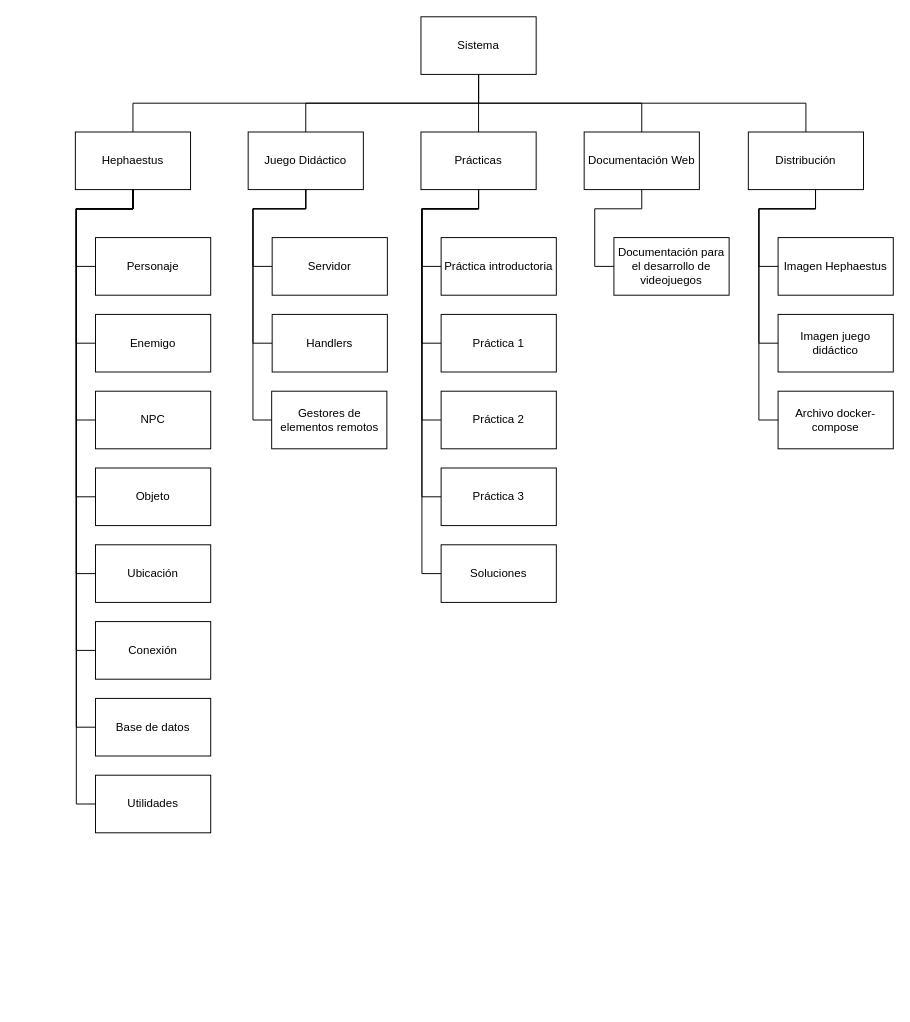
This is document/tex_files/mainmatter/chapter_2/images/pbs_diagram.drawio from ThAlsay/Hephaestus, a draw.io file, before an edit. Source tidied: cells renumbered, new cells numbered last; positions are measured from the earlier drawing's top-left corner, leaving out a move shared by most shapes. Both pictures are drawn from the tidied source at 96%, with x=0, y=0 at pixel (75, 16).
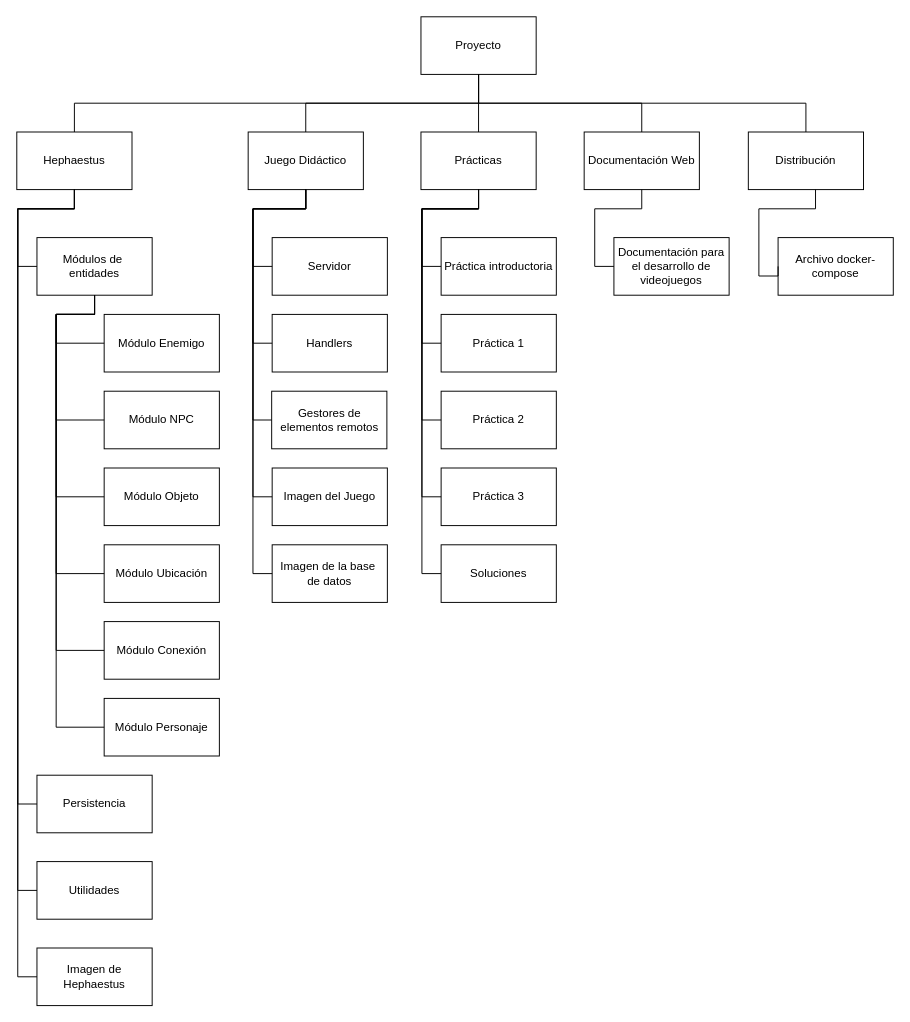
Above is the later version.

The change refers to these unchanged cells:
```xml
<mxCell id="20" value="Juego Didáctico" style="rounded=0;whiteSpace=wrap;html=1;fillColor=none;" parent="1" vertex="1">
  <mxGeometry x="180" y="120" width="120" height="60" as="geometry" />
</mxCell>
<mxCell id="49" value="Distribución" style="rounded=0;whiteSpace=wrap;html=1;fillColor=none;" parent="1" vertex="1">
  <mxGeometry x="701" y="120" width="120" height="60" as="geometry" />
</mxCell>
```

What changed in the source:
```diff
@@
-    <mxCell id="7" value="Sistema" style="rounded=0;whiteSpace=wrap;html=1;fillColor=none;" parent="1" vertex="1">
+    <mxCell id="7" value="Proyecto" style="rounded=0;whiteSpace=wrap;html=1;fillColor=none;" parent="1" vertex="1">
       <mxGeometry x="360" width="120" height="60" as="geometry" />
     </mxCell>
     <mxCell id="8" style="edgeStyle=orthogonalEdgeStyle;rounded=0;jettySize=auto;html=1;entryX=0;entryY=0.5;entryDx=0;entryDy=0;endArrow=none;endFill=0;" parent="1" edge="1" source="16" target="29">
       <mxGeometry relative="1" as="geometry">
         <Array as="points">
-          <mxPoint x="60" y="200" />
-          <mxPoint x="1" y="200" />
-          <mxPoint x="1" y="260" />
+          <mxPoint x="-1" y="200" />
+          <mxPoint x="-60" y="200" />
+          <mxPoint x="-60" y="260" />
         </Array>
       </mxGeometry>
     </mxCell>
-    <mxCell id="9" style="edgeStyle=orthogonalEdgeStyle;rounded=0;jettySize=auto;html=1;entryX=0;entryY=0.5;entryDx=0;entryDy=0;exitX=0.5;exitY=1;exitDx=0;exitDy=0;endArrow=none;endFill=0;" parent="1" edge="1" source="16" target="30">
+    <mxCell id="9" style="rounded=0;jettySize=auto;html=1;entryX=0;entryY=0.5;entryDx=0;entryDy=0;exitX=0.5;exitY=1;exitDx=0;exitDy=0;endArrow=none;endFill=0;edgeStyle=orthogonalEdgeStyle;" parent="1" edge="1" source="29" target="30">
       <mxGeometry relative="1" as="geometry">
         <Array as="points">
-          <mxPoint x="60" y="200" />
-          <mxPoint x="1" y="200" />
-          <mxPoint x="1" y="340" />
+          <mxPoint x="20" y="310" />
+          <mxPoint x="-20" y="310" />
+          <mxPoint x="-20" y="340" />
         </Array>
       </mxGeometry>
     </mxCell>
-    <mxCell id="10" style="edgeStyle=orthogonalEdgeStyle;rounded=0;jettySize=auto;html=1;entryX=0;entryY=0.5;entryDx=0;entryDy=0;endArrow=none;endFill=0;" parent="1" edge="1" source="16" target="31">
+    <mxCell id="10" style="rounded=0;jettySize=auto;html=1;entryX=0;entryY=0.5;entryDx=0;entryDy=0;endArrow=none;endFill=0;exitX=0.5;exitY=1;exitDx=0;exitDy=0;edgeStyle=orthogonalEdgeStyle;" parent="1" edge="1" source="29" target="31">
       <mxGeometry relative="1" as="geometry">
         <Array as="points">
-          <mxPoint x="60" y="200" />
-          <mxPoint x="1" y="200" />
-          <mxPoint x="1" y="420" />
+          <mxPoint x="20" y="310" />
+          <mxPoint x="-20" y="310" />
+          <mxPoint x="-20" y="420" />
         </Array>
       </mxGeometry>
     </mxCell>
-    <mxCell id="11" style="edgeStyle=orthogonalEdgeStyle;rounded=0;jettySize=auto;html=1;entryX=0;entryY=0.5;entryDx=0;entryDy=0;endArrow=none;endFill=0;" parent="1" edge="1" source="16" target="32">
+    <mxCell id="11" style="rounded=0;jettySize=auto;html=1;entryX=0;entryY=0.5;entryDx=0;entryDy=0;endArrow=none;endFill=0;exitX=0.5;exitY=1;exitDx=0;exitDy=0;edgeStyle=orthogonalEdgeStyle;" parent="1" edge="1" source="29" target="32">
       <mxGeometry relative="1" as="geometry">
         <Array as="points">
-          <mxPoint x="60" y="200" />
-          <mxPoint x="1" y="200" />
-          <mxPoint x="1" y="500" />
+          <mxPoint x="20" y="310" />
+          <mxPoint x="-20" y="310" />
+          <mxPoint x="-20" y="500" />
         </Array>
       </mxGeometry>
     </mxCell>
-    <mxCell id="12" style="edgeStyle=orthogonalEdgeStyle;rounded=0;jettySize=auto;html=1;entryX=0;entryY=0.5;entryDx=0;entryDy=0;endArrow=none;endFill=0;" parent="1" edge="1" source="16" target="33">
+    <mxCell id="12" style="rounded=0;jettySize=auto;html=1;entryX=0;entryY=0.5;entryDx=0;entryDy=0;endArrow=none;endFill=0;exitX=0.5;exitY=1;exitDx=0;exitDy=0;edgeStyle=orthogonalEdgeStyle;" parent="1" edge="1" source="29" target="33">
       <mxGeometry relative="1" as="geometry">
         <Array as="points">
-          <mxPoint x="60" y="200" />
-          <mxPoint x="1" y="200" />
-          <mxPoint x="1" y="580" />
+          <mxPoint x="20" y="310" />
+          <mxPoint x="-20" y="310" />
+          <mxPoint x="-20" y="580" />
         </Array>
       </mxGeometry>
     </mxCell>
-    <mxCell id="13" style="edgeStyle=orthogonalEdgeStyle;rounded=0;jettySize=auto;html=1;entryX=0;entryY=0.5;entryDx=0;entryDy=0;endArrow=none;endFill=0;" parent="1" edge="1" source="16" target="34">
+    <mxCell id="13" style="rounded=0;jettySize=auto;html=1;entryX=0;entryY=0.5;entryDx=0;entryDy=0;endArrow=none;endFill=0;exitX=0.5;exitY=1;exitDx=0;exitDy=0;edgeStyle=orthogonalEdgeStyle;" parent="1" edge="1" source="29" target="34">
       <mxGeometry relative="1" as="geometry">
         <Array as="points">
-          <mxPoint x="60" y="200" />
-          <mxPoint x="1" y="200" />
-          <mxPoint x="1" y="660" />
+          <mxPoint x="20" y="310" />
+          <mxPoint x="-20" y="310" />
+          <mxPoint x="-20" y="660" />
         </Array>
       </mxGeometry>
     </mxCell>
-    <mxCell id="14" style="edgeStyle=orthogonalEdgeStyle;rounded=0;jettySize=auto;html=1;entryX=0;entryY=0.5;entryDx=0;entryDy=0;endArrow=none;endFill=0;" parent="1" edge="1" source="16" target="35">
+    <mxCell id="14" style="rounded=0;jettySize=auto;html=1;entryX=0;entryY=0.5;entryDx=0;entryDy=0;endArrow=none;endFill=0;edgeStyle=orthogonalEdgeStyle;" parent="1" edge="1" source="16" target="35">
       <mxGeometry relative="1" as="geometry">
         <Array as="points">
-          <mxPoint x="60" y="200" />
-          <mxPoint x="1" y="200" />
-          <mxPoint x="1" y="740" />
+          <mxPoint x="-1" y="200" />
+          <mxPoint x="-60" y="200" />
+          <mxPoint x="-60" y="820" />
         </Array>
       </mxGeometry>
     </mxCell>
-    <mxCell id="15" style="edgeStyle=orthogonalEdgeStyle;rounded=0;jettySize=auto;html=1;entryX=0;entryY=0.5;entryDx=0;entryDy=0;endArrow=none;endFill=0;" parent="1" edge="1" source="16" target="36">
+    <mxCell id="15" style="rounded=0;jettySize=auto;html=1;entryX=0;entryY=0.5;entryDx=0;entryDy=0;endArrow=none;endFill=0;edgeStyle=orthogonalEdgeStyle;" parent="1" edge="1" source="16" target="36">
       <mxGeometry relative="1" as="geometry">
         <Array as="points">
-          <mxPoint x="60" y="200" />
-          <mxPoint x="1" y="200" />
-          <mxPoint x="1" y="820" />
+          <mxPoint x="-1" y="200" />
+          <mxPoint x="-60" y="200" />
+          <mxPoint x="-60" y="910" />
         </Array>
       </mxGeometry>
     </mxCell>
     <mxCell id="16" value="Hephaestus" style="rounded=0;whiteSpace=wrap;html=1;fillColor=none;" parent="1" vertex="1">
-      <mxGeometry y="120" width="120" height="60" as="geometry" />
+      <mxGeometry x="-61" y="120" width="120" height="60" as="geometry" />
     </mxCell>
@@
-    <mxCell id="29" value="Personaje" style="rounded=0;whiteSpace=wrap;html=1;fillColor=none;" parent="1" vertex="1">
-      <mxGeometry x="21" y="230" width="120" height="60" as="geometry" />
+    <mxCell id="29" value="Módulos de&amp;nbsp;&lt;div&gt;entidades&lt;/div&gt;" style="rounded=0;whiteSpace=wrap;html=1;fillColor=none;" parent="1" vertex="1">
+      <mxGeometry x="-40" y="230" width="120" height="60" as="geometry" />
     </mxCell>
-    <mxCell id="30" value="Enemigo" style="rounded=0;whiteSpace=wrap;html=1;fillColor=none;" parent="1" vertex="1">
-      <mxGeometry x="21" y="310" width="120" height="60" as="geometry" />
+    <mxCell id="30" value="Módulo Enemigo" style="rounded=0;whiteSpace=wrap;html=1;fillColor=none;" parent="1" vertex="1">
+      <mxGeometry x="30" y="310" width="120" height="60" as="geometry" />
     </mxCell>
-    <mxCell id="31" value="NPC" style="rounded=0;whiteSpace=wrap;html=1;fillColor=none;" parent="1" vertex="1">
-      <mxGeometry x="21" y="390" width="120" height="60" as="geometry" />
+    <mxCell id="31" value="Módulo NPC" style="rounded=0;whiteSpace=wrap;html=1;fillColor=none;" parent="1" vertex="1">
+      <mxGeometry x="30" y="390" width="120" height="60" as="geometry" />
     </mxCell>
-    <mxCell id="32" value="Objeto" style="rounded=0;whiteSpace=wrap;html=1;fillColor=none;" parent="1" vertex="1">
-      <mxGeometry x="21" y="470" width="120" height="60" as="geometry" />
+    <mxCell id="32" value="Módulo Objeto" style="rounded=0;whiteSpace=wrap;html=1;fillColor=none;" parent="1" vertex="1">
+      <mxGeometry x="30" y="470" width="120" height="60" as="geometry" />
     </mxCell>
-    <mxCell id="33" value="Ubicación" style="rounded=0;whiteSpace=wrap;html=1;fillColor=none;" parent="1" vertex="1">
-      <mxGeometry x="21" y="550" width="120" height="60" as="geometry" />
+    <mxCell id="33" value="Módulo Ubicación" style="rounded=0;whiteSpace=wrap;html=1;fillColor=none;" parent="1" vertex="1">
+      <mxGeometry x="30" y="550" width="120" height="60" as="geometry" />
     </mxCell>
-    <mxCell id="34" value="Conexión" style="rounded=0;whiteSpace=wrap;html=1;fillColor=none;" parent="1" vertex="1">
-      <mxGeometry x="21" y="630" width="120" height="60" as="geometry" />
+    <mxCell id="34" value="Módulo Conexión" style="rounded=0;whiteSpace=wrap;html=1;fillColor=none;" parent="1" vertex="1">
+      <mxGeometry x="30" y="630" width="120" height="60" as="geometry" />
     </mxCell>
-    <mxCell id="35" value="Base de datos" style="rounded=0;whiteSpace=wrap;html=1;fillColor=none;" parent="1" vertex="1">
-      <mxGeometry x="21" y="710" width="120" height="60" as="geometry" />
+    <mxCell id="35" value="Persistencia" style="rounded=0;whiteSpace=wrap;html=1;fillColor=none;" parent="1" vertex="1">
+      <mxGeometry x="-40" y="790" width="120" height="60" as="geometry" />
     </mxCell>
     <mxCell id="36" value="Utilidades" style="rounded=0;whiteSpace=wrap;html=1;fillColor=none;" parent="1" vertex="1">
-      <mxGeometry x="21" y="790" width="120" height="60" as="geometry" />
+      <mxGeometry x="-40" y="880" width="120" height="60" as="geometry" />
     </mxCell>
@@
-    <mxCell id="46" style="edgeStyle=orthogonalEdgeStyle;rounded=0;jettySize=auto;html=1;entryX=0;entryY=0.5;entryDx=0;entryDy=0;endArrow=none;endFill=0;" parent="1" edge="1" source="49" target="50">
-      <mxGeometry relative="1" as="geometry">
-        <Array as="points">
-          <mxPoint x="771" y="200" />
-          <mxPoint x="712" y="200" />
-          <mxPoint x="712" y="260" />
-        </Array>
-      </mxGeometry>
-    </mxCell>
-    <mxCell id="47" style="edgeStyle=orthogonalEdgeStyle;rounded=0;jettySize=auto;html=1;entryX=0;entryY=0.5;entryDx=0;entryDy=0;endArrow=none;endFill=0;" parent="1" edge="1" source="49" target="51">
-      <mxGeometry relative="1" as="geometry">
-        <Array as="points">
-          <mxPoint x="771" y="200" />
-          <mxPoint x="712" y="200" />
-          <mxPoint x="712" y="340" />
-        </Array>
-      </mxGeometry>
-    </mxCell>
     <mxCell id="48" style="edgeStyle=orthogonalEdgeStyle;rounded=0;jettySize=auto;html=1;entryX=0;entryY=0.5;entryDx=0;entryDy=0;endArrow=none;endFill=0;" parent="1" edge="1" source="49" target="52">
       <mxGeometry relative="1" as="geometry">
         <Array as="points">
           <mxPoint x="771" y="200" />
           <mxPoint x="712" y="200" />
-          <mxPoint x="712" y="420" />
+          <mxPoint x="712" y="270" />
+          <mxPoint x="732" y="270" />
         </Array>
       </mxGeometry>
     </mxCell>
@@
-    <mxCell id="50" value="Imagen Hephaestus" style="rounded=0;whiteSpace=wrap;html=1;fillColor=none;" parent="1" vertex="1">
-      <mxGeometry x="732" y="230" width="120" height="60" as="geometry" />
-    </mxCell>
-    <mxCell id="51" value="Imagen juego didáctico" style="rounded=0;whiteSpace=wrap;html=1;fillColor=none;" parent="1" vertex="1">
-      <mxGeometry x="732" y="310" width="120" height="60" as="geometry" />
-    </mxCell>
     <mxCell id="52" value="Archivo docker-compose" style="rounded=0;whiteSpace=wrap;html=1;fillColor=none;" parent="1" vertex="1">
-      <mxGeometry x="732" y="390" width="120" height="60" as="geometry" />
+      <mxGeometry x="732" y="230" width="120" height="60" as="geometry" />
     </mxCell>
+    <mxCell id="53" style="edgeStyle=orthogonalEdgeStyle;rounded=0;jettySize=auto;html=1;entryX=0.5;entryY=1;entryDx=0;entryDy=0;exitX=0;exitY=0.5;exitDx=0;exitDy=0;endArrow=none;endFill=0;" parent="1" edge="1" source="54" target="20">
+      <mxGeometry relative="1" as="geometry">
+        <Array as="points">
+          <mxPoint x="185" y="500" />
+          <mxPoint x="185" y="200" />
+          <mxPoint x="240" y="200" />
+        </Array>
+      </mxGeometry>
+    </mxCell>
+    <mxCell id="54" value="Imagen del Juego" style="rounded=0;whiteSpace=wrap;html=1;fillColor=none;" parent="1" vertex="1">
+      <mxGeometry x="205" y="470" width="120" height="60" as="geometry" />
+    </mxCell>
+    <mxCell id="55" style="edgeStyle=orthogonalEdgeStyle;rounded=0;jettySize=auto;html=1;entryX=0.5;entryY=1;entryDx=0;entryDy=0;exitX=0;exitY=0.5;exitDx=0;exitDy=0;endArrow=none;endFill=0;" parent="1" edge="1" source="56" target="20">
+      <mxGeometry relative="1" as="geometry">
+        <Array as="points">
+          <mxPoint x="185" y="580" />
+          <mxPoint x="185" y="200" />
+          <mxPoint x="240" y="200" />
+        </Array>
+      </mxGeometry>
+    </mxCell>
+    <mxCell id="56" value="Imagen de la base&amp;nbsp;&lt;div&gt;de datos&lt;/div&gt;" style="rounded=0;whiteSpace=wrap;html=1;fillColor=none;" parent="1" vertex="1">
+      <mxGeometry x="205" y="550" width="120" height="60" as="geometry" />
+    </mxCell>
+    <mxCell id="57" style="edgeStyle=orthogonalEdgeStyle;rounded=0;jettySize=auto;html=1;entryX=0.5;entryY=1;entryDx=0;entryDy=0;exitX=0;exitY=0.5;exitDx=0;exitDy=0;endArrow=none;endFill=0;" parent="1" edge="1" source="58" target="29">
+      <mxGeometry relative="1" as="geometry">
+        <Array as="points">
+          <mxPoint x="-20" y="740" />
+          <mxPoint x="-20" y="310" />
+          <mxPoint x="20" y="310" />
+        </Array>
+      </mxGeometry>
+    </mxCell>
+    <mxCell id="58" value="Módulo Personaje" style="rounded=0;whiteSpace=wrap;html=1;fillColor=none;" parent="1" vertex="1">
+      <mxGeometry x="30" y="710" width="120" height="60" as="geometry" />
+    </mxCell>
+    <mxCell id="59" style="edgeStyle=orthogonalEdgeStyle;rounded=0;jettySize=auto;html=1;entryX=0.5;entryY=1;entryDx=0;entryDy=0;exitX=0;exitY=0.5;exitDx=0;exitDy=0;endArrow=none;endFill=0;" parent="1" edge="1" source="60" target="16">
+      <mxGeometry relative="1" as="geometry">
+        <Array as="points">
+          <mxPoint x="-60" y="1000" />
+          <mxPoint x="-60" y="200" />
+          <mxPoint x="-1" y="200" />
+        </Array>
+      </mxGeometry>
+    </mxCell>
+    <mxCell id="60" value="Imagen de Hephaestus" style="rounded=0;whiteSpace=wrap;html=1;fillColor=none;" parent="1" vertex="1">
+      <mxGeometry x="-40" y="970" width="120" height="60" as="geometry" />
+    </mxCell>
```
